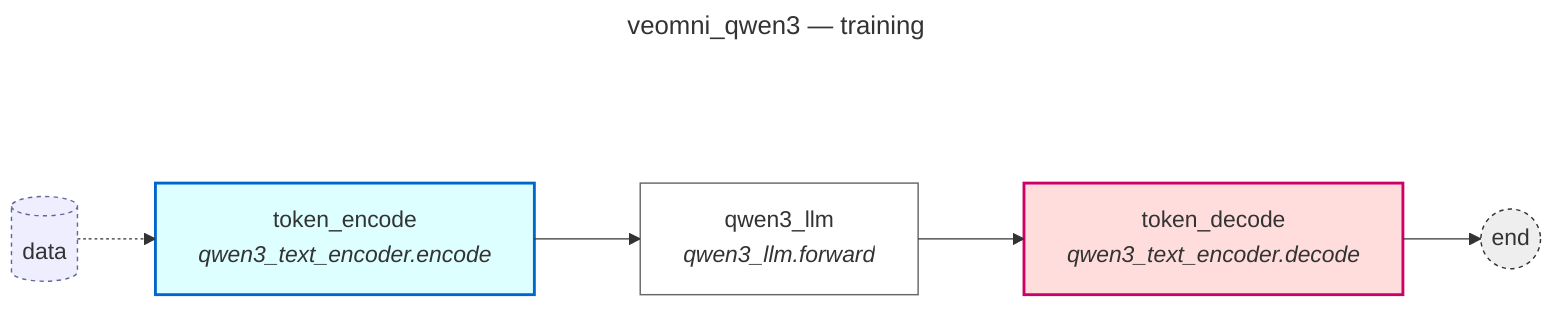
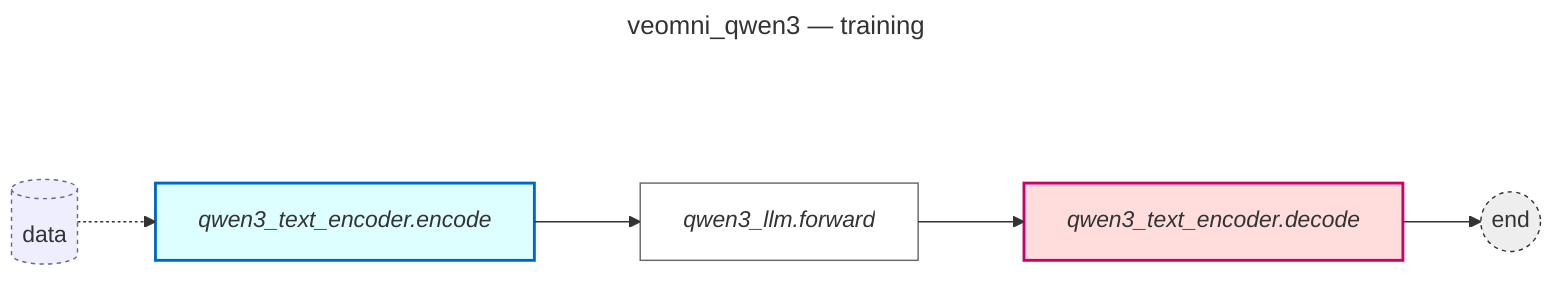
---
title: veomni_qwen3 — training
---
%%{init: {'flowchart': {'defaultRenderer': 'elk'}}}%%
flowchart LR
    data[(data)]:::io
    subgraph col0 [ ]
        direction TB
-         token_encode["token_encode<br/><i>qwen3_text_encoder.encode</i>"]:::source
+         qwen3_text_encoder_encode["<i>qwen3_text_encoder.encode</i>"]:::source
    end
    subgraph col1 [ ]
        direction TB
-         qwen3_llm["qwen3_llm<br/><i>qwen3_llm.forward</i>"]:::middle
+         qwen3_llm_forward["<i>qwen3_llm.forward</i>"]:::middle
    end
    subgraph col2 [ ]
        direction TB
-         token_decode["token_decode<br/><i>qwen3_text_encoder.decode</i>"]:::sink
+         qwen3_text_encoder_decode["<i>qwen3_text_encoder.decode</i>"]:::sink
    end
    end_sink(("end")):::end_sink
-     data -.-> token_encode
-     token_encode --> qwen3_llm
-     qwen3_llm --> token_decode
-     token_decode --> end_sink
+     data -.-> qwen3_text_encoder_encode
+     qwen3_text_encoder_encode --> qwen3_llm_forward
+     qwen3_llm_forward --> qwen3_text_encoder_decode
+     qwen3_text_encoder_decode --> end_sink
    style col0 fill:transparent,stroke:none
    style col1 fill:transparent,stroke:none
    style col2 fill:transparent,stroke:none
    classDef source fill:#dff,stroke:#06c,stroke-width:2px
    classDef sink fill:#fdd,stroke:#c06,stroke-width:2px
    classDef both fill:#efe,stroke:#693,stroke-width:2px
    classDef middle fill:#fff,stroke:#666
    classDef io fill:#eef,stroke:#669,stroke-dasharray:3 3
    classDef end_sink fill:#eee,stroke:#333,stroke-width:1px,stroke-dasharray:3 3
